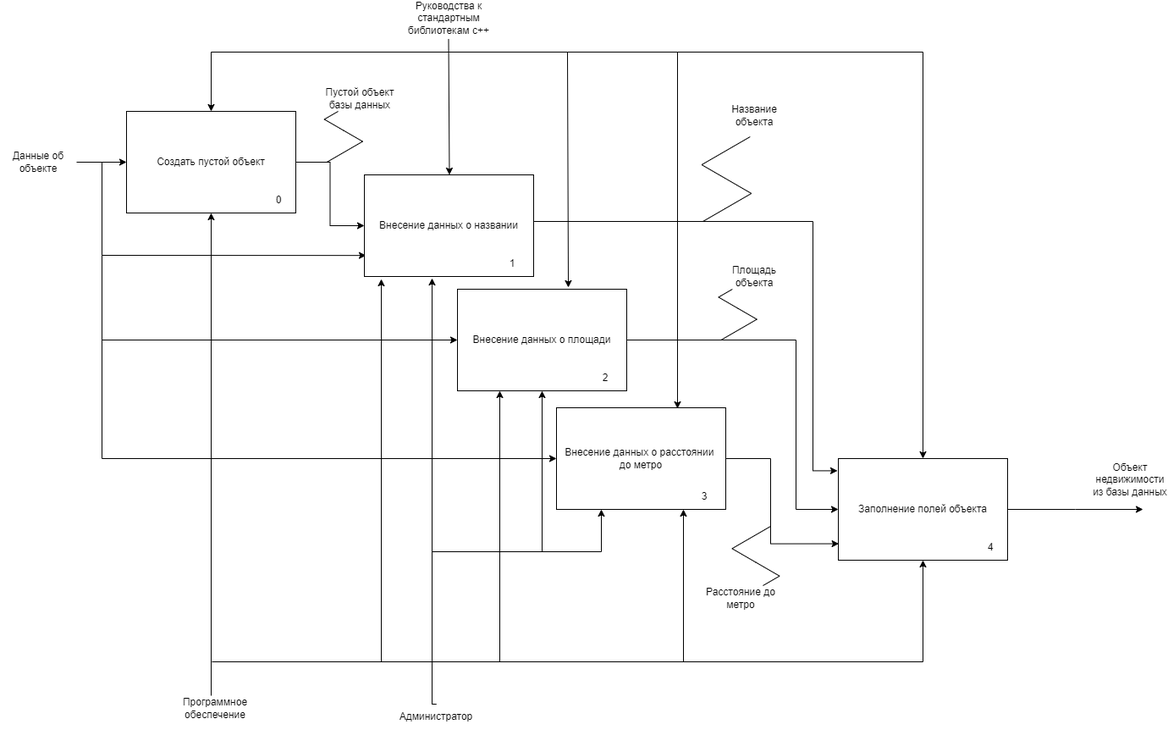
This is Бюрократия/Картинки-схемы/IDEF0BOOPID3.drawio.png from ThomasCharester/KursuckBOOPID, a draw.io export, as it was before one commit. Source tidied: cells renumbered, new cells last; positions are measured from the earlier drawing's top-left corner, leaving out a move shared by most shapes.
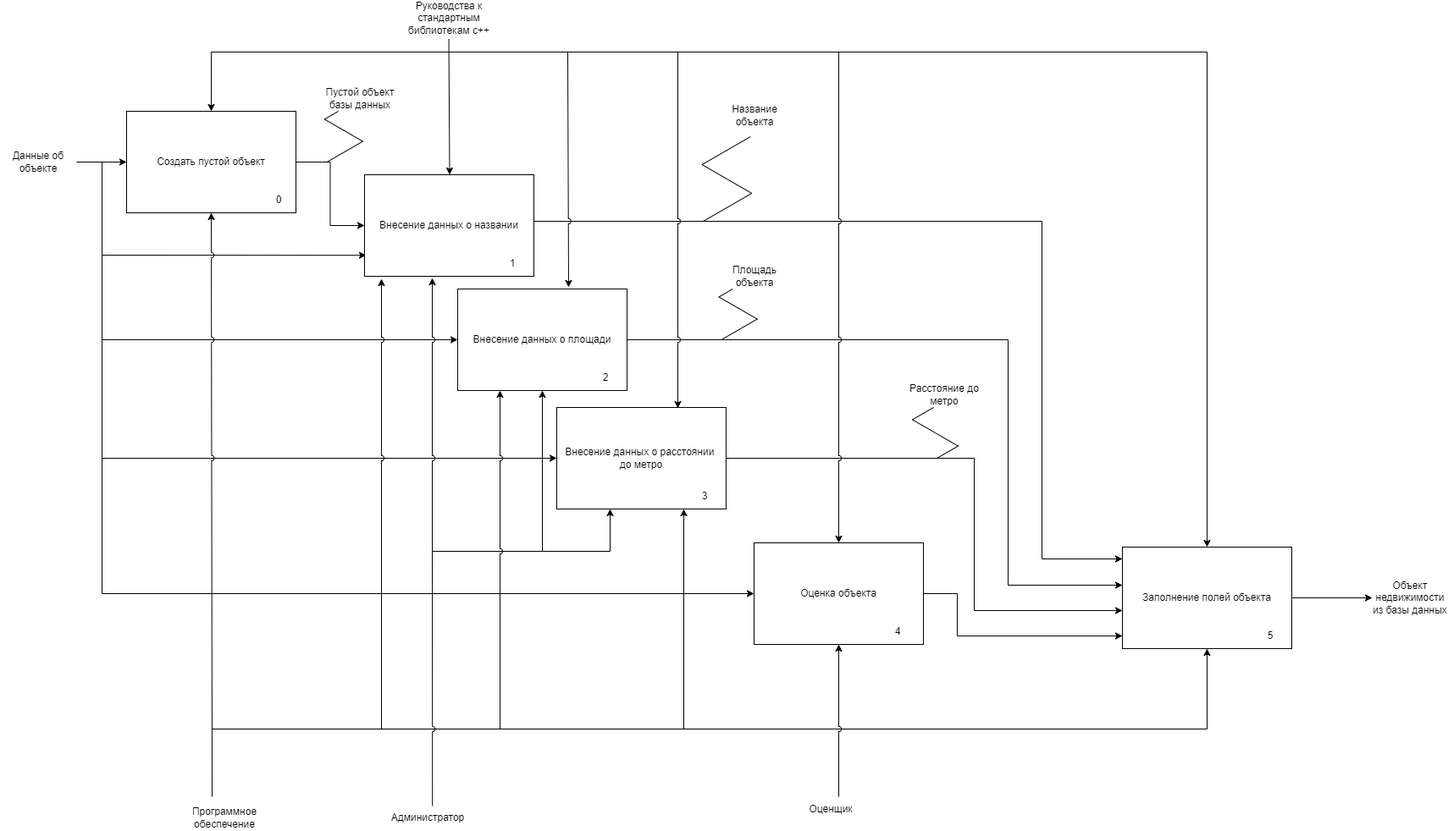
Above is the later version.

Change to the diagram source:
```diff
@@ -13,26 +13,27 @@
     <mxCell id="3" value="Данные об объекте" style="text;html=1;align=center;verticalAlign=middle;whiteSpace=wrap;rounded=0;" parent="1" vertex="1">
       <mxGeometry y="170" width="90" height="30" as="geometry" />
     </mxCell>
-    <mxCell id="4" style="edgeStyle=orthogonalEdgeStyle;rounded=0;jettySize=auto;html=1;exitX=0.5;exitY=0;exitDx=0;exitDy=0;" parent="1" edge="1" source="6" target="15">
+    <mxCell id="4" style="edgeStyle=orthogonalEdgeStyle;rounded=0;jettySize=auto;html=1;jumpStyle=arc;" parent="1" edge="1" target="15">
       <mxGeometry relative="1" as="geometry">
+        <mxPoint x="510" y="645" as="sourcePoint" />
         <Array as="points">
-          <mxPoint x="510" y="825" />
           <mxPoint x="510" y="645" />
           <mxPoint x="640" y="645" />
         </Array>
       </mxGeometry>
     </mxCell>
-    <mxCell id="5" style="edgeStyle=orthogonalEdgeStyle;rounded=0;jettySize=auto;html=1;exitX=0.5;exitY=0;exitDx=0;exitDy=0;" parent="1" edge="1" source="6" target="18">
+    <mxCell id="5" style="edgeStyle=orthogonalEdgeStyle;rounded=0;orthogonalLoop=1;jettySize=auto;html=1;jumpStyle=arc;" parent="1" edge="1">
       <mxGeometry relative="1" as="geometry">
+        <mxPoint x="520" y="645" as="sourcePoint" />
+        <mxPoint x="720" y="595" as="targetPoint" />
         <Array as="points">
-          <mxPoint x="510" y="825" />
-          <mxPoint x="510" y="645" />
-          <mxPoint x="710" y="645" />
+          <mxPoint x="520" y="645" />
+          <mxPoint x="720" y="645" />
         </Array>
       </mxGeometry>
     </mxCell>
     <mxCell id="6" value="Администратор" style="text;html=1;align=center;verticalAlign=middle;whiteSpace=wrap;rounded=0;" parent="1" vertex="1">
-      <mxGeometry x="470" y="825" width="90" height="30" as="geometry" />
+      <mxGeometry x="460" y="945" width="90" height="30" as="geometry" />
     </mxCell>
     <mxCell id="7" style="edgeStyle=orthogonalEdgeStyle;rounded=0;jettySize=auto;html=1;entryX=0;entryY=0.5;entryDx=0;entryDy=0;" parent="1" edge="1" source="8" target="12">
       <mxGeometry relative="1" as="geometry" />
@@ -44,14 +45,13 @@
       <mxGeometry x="299" y="215" width="60" height="30" as="geometry" />
     </mxCell>
     <mxCell id="10" value="Объект недвижимости из базы данных" style="text;html=1;align=center;verticalAlign=middle;whiteSpace=wrap;rounded=0;" parent="1" vertex="1">
-      <mxGeometry x="1290" y="545" width="90" height="30" as="geometry" />
+      <mxGeometry x="1620" y="685" width="90" height="30" as="geometry" />
     </mxCell>
-    <mxCell id="11" style="edgeStyle=orthogonalEdgeStyle;rounded=0;jettySize=auto;html=1;entryX=-0.005;entryY=0.12;entryDx=0;entryDy=0;entryPerimeter=0;" parent="1" edge="1" source="12" target="21">
+    <mxCell id="11" style="edgeStyle=orthogonalEdgeStyle;rounded=0;jettySize=auto;html=1;" parent="1" edge="1" source="12" target="21">
       <mxGeometry relative="1" as="geometry">
         <Array as="points">
-          <mxPoint x="960" y="255" />
-          <mxPoint x="960" y="549" />
-          <mxPoint x="989" y="549" />
+          <mxPoint x="1230" y="255" />
+          <mxPoint x="1230" y="654" />
         </Array>
       </mxGeometry>
     </mxCell>
@@ -61,11 +61,11 @@
     <mxCell id="13" value="1" style="text;html=1;align=center;verticalAlign=middle;whiteSpace=wrap;rounded=0;" parent="1" vertex="1">
       <mxGeometry x="575" y="290" width="60" height="30" as="geometry" />
     </mxCell>
-    <mxCell id="14" style="edgeStyle=orthogonalEdgeStyle;rounded=0;jettySize=auto;html=1;entryX=0;entryY=0.5;entryDx=0;entryDy=0;" parent="1" edge="1" source="15" target="21">
+    <mxCell id="14" style="edgeStyle=orthogonalEdgeStyle;rounded=0;jettySize=auto;html=1;" parent="1" edge="1" source="15" target="21">
       <mxGeometry relative="1" as="geometry">
         <Array as="points">
-          <mxPoint x="940" y="395" />
-          <mxPoint x="940" y="595" />
+          <mxPoint x="1190" y="395" />
+          <mxPoint x="1190" y="685" />
         </Array>
       </mxGeometry>
     </mxCell>
@@ -75,12 +75,11 @@
     <mxCell id="16" value="2" style="text;html=1;align=center;verticalAlign=middle;whiteSpace=wrap;rounded=0;" parent="1" vertex="1">
       <mxGeometry x="685" y="425" width="60" height="30" as="geometry" />
     </mxCell>
-    <mxCell id="17" style="edgeStyle=orthogonalEdgeStyle;rounded=0;jettySize=auto;html=1;entryX=0.003;entryY=0.838;entryDx=0;entryDy=0;entryPerimeter=0;" parent="1" edge="1" source="18" target="21">
+    <mxCell id="17" style="edgeStyle=orthogonalEdgeStyle;rounded=0;jettySize=auto;html=1;" parent="1" edge="1" source="18" target="21">
       <mxGeometry relative="1" as="geometry">
         <Array as="points">
-          <mxPoint x="910" y="535" />
-          <mxPoint x="910" y="635" />
-          <mxPoint x="991" y="635" />
+          <mxPoint x="1150" y="535" />
+          <mxPoint x="1150" y="715" />
         </Array>
       </mxGeometry>
     </mxCell>
@@ -90,16 +89,14 @@
     <mxCell id="19" value="3" style="text;html=1;align=center;verticalAlign=middle;whiteSpace=wrap;rounded=0;" parent="1" vertex="1">
       <mxGeometry x="802" y="565" width="60" height="30" as="geometry" />
     </mxCell>
-    <mxCell id="20" style="edgeStyle=orthogonalEdgeStyle;rounded=0;jettySize=auto;html=1;" parent="1" edge="1" source="21">
-      <mxGeometry relative="1" as="geometry">
-        <mxPoint x="1350" y="595" as="targetPoint" />
-      </mxGeometry>
+    <mxCell id="20" style="edgeStyle=orthogonalEdgeStyle;rounded=0;jettySize=auto;html=1;" parent="1" edge="1" source="21" target="10">
+      <mxGeometry relative="1" as="geometry" />
     </mxCell>
     <mxCell id="21" value="Заполнение полей объекта" style="rounded=0;whiteSpace=wrap;html=1;" parent="1" vertex="1">
-      <mxGeometry x="990" y="535" width="200" height="120" as="geometry" />
+      <mxGeometry x="1325" y="640" width="200" height="120" as="geometry" />
     </mxCell>
-    <mxCell id="22" value="4" style="text;html=1;align=center;verticalAlign=middle;whiteSpace=wrap;rounded=0;" parent="1" vertex="1">
-      <mxGeometry x="1140" y="625" width="60" height="30" as="geometry" />
+    <mxCell id="22" value="5" style="text;html=1;align=center;verticalAlign=middle;whiteSpace=wrap;rounded=0;" parent="1" vertex="1">
+      <mxGeometry x="1470" y="730" width="60" height="30" as="geometry" />
     </mxCell>
     <mxCell id="23" style="edgeStyle=isometricEdgeStyle;endArrow=none;html=1;rounded=0;" parent="1" edge="1">
       <mxGeometry relative="1" as="geometry">
@@ -118,13 +115,14 @@
     <mxCell id="26" value="Площадь объекта" style="text;html=1;align=center;verticalAlign=middle;whiteSpace=wrap;rounded=0;" parent="1" vertex="1">
       <mxGeometry x="845.8" y="305" width="90" height="30" as="geometry" />
     </mxCell>
-    <mxCell id="27" style="edgeStyle=isometricEdgeStyle;endArrow=none;html=1;rounded=0;" parent="1" edge="1" target="28">
+    <mxCell id="27" style="edgeStyle=isometricEdgeStyle;endArrow=none;html=1;rounded=0;" parent="1" edge="1">
       <mxGeometry relative="1" as="geometry">
-        <mxPoint x="910" y="615" as="sourcePoint" />
+        <mxPoint x="1106" y="535" as="sourcePoint" />
+        <mxPoint x="1102" y="475" as="targetPoint" />
       </mxGeometry>
     </mxCell>
     <mxCell id="28" value="Расстояние до метро" style="text;html=1;align=center;verticalAlign=middle;whiteSpace=wrap;rounded=0;" parent="1" vertex="1">
-      <mxGeometry x="830" y="685" width="90" height="30" as="geometry" />
+      <mxGeometry x="1070" y="445" width="90" height="30" as="geometry" />
     </mxCell>
     <mxCell id="29" style="edgeStyle=isometricEdgeStyle;endArrow=none;html=1;rounded=0;" parent="1" edge="1" target="30">
       <mxGeometry relative="1" as="geometry">
@@ -150,7 +148,7 @@
         </Array>
       </mxGeometry>
     </mxCell>
-    <mxCell id="33" style="endArrow=classic;html=1;rounded=0;entryX=0.205;entryY=0;entryDx=0;entryDy=0;entryPerimeter=0;" parent="1" edge="1">
+    <mxCell id="33" style="endArrow=classic;html=1;rounded=0;entryX=0.205;entryY=0;entryDx=0;entryDy=0;entryPerimeter=0;jumpStyle=arc;" parent="1" edge="1">
       <mxGeometry relative="1" as="geometry">
         <mxPoint x="529.5" y="40" as="sourcePoint" />
         <mxPoint x="530.5" y="200" as="targetPoint" />
@@ -159,7 +157,7 @@
     <mxCell id="34" value="Руководства к стандартным библиотекам c++" style="text;html=1;align=center;verticalAlign=middle;whiteSpace=wrap;rounded=0;" parent="1" vertex="1">
       <mxGeometry x="460" width="140" height="30" as="geometry" />
     </mxCell>
-    <mxCell id="35" style="endArrow=classic;html=1;rounded=0;entryX=0.5;entryY=0;entryDx=0;entryDy=0;" parent="1" edge="1" target="8">
+    <mxCell id="35" style="endArrow=classic;html=1;rounded=0;entryX=0.5;entryY=0;entryDx=0;entryDy=0;jumpStyle=arc;" parent="1" edge="1" target="8">
       <mxGeometry relative="1" as="geometry">
         <mxPoint x="530" y="55" as="sourcePoint" />
         <Array as="points">
@@ -167,7 +165,7 @@
         </Array>
       </mxGeometry>
     </mxCell>
-    <mxCell id="36" style="endArrow=classic;html=1;rounded=0;entryX=0.655;entryY=-0.017;entryDx=0;entryDy=0;entryPerimeter=0;" parent="1" edge="1" target="15">
+    <mxCell id="36" style="endArrow=classic;html=1;rounded=0;entryX=0.655;entryY=-0.017;entryDx=0;entryDy=0;entryPerimeter=0;jumpStyle=arc;" parent="1" edge="1" target="15">
       <mxGeometry relative="1" as="geometry">
         <mxPoint x="530" y="55" as="sourcePoint" />
         <Array as="points">
@@ -175,7 +173,7 @@
         </Array>
       </mxGeometry>
     </mxCell>
-    <mxCell id="37" style="endArrow=classic;html=1;rounded=0;entryX=0.715;entryY=0.008;entryDx=0;entryDy=0;entryPerimeter=0;" parent="1" edge="1" target="18">
+    <mxCell id="37" style="endArrow=classic;html=1;rounded=0;entryX=0.715;entryY=0.008;entryDx=0;entryDy=0;entryPerimeter=0;jumpStyle=arc;" parent="1" edge="1" target="18">
       <mxGeometry relative="1" as="geometry">
         <mxPoint x="670" y="55" as="sourcePoint" />
         <Array as="points">
@@ -183,48 +181,48 @@
         </Array>
       </mxGeometry>
     </mxCell>
-    <mxCell id="38" style="endArrow=classic;html=1;rounded=0;entryX=0.5;entryY=0;entryDx=0;entryDy=0;" parent="1" edge="1" target="21">
+    <mxCell id="38" style="endArrow=classic;html=1;rounded=0;entryX=0.5;entryY=0;entryDx=0;entryDy=0;jumpStyle=arc;" parent="1" edge="1" target="21">
       <mxGeometry relative="1" as="geometry">
         <mxPoint x="800" y="55" as="sourcePoint" />
         <Array as="points">
-          <mxPoint x="1090" y="55" />
+          <mxPoint x="1425" y="55" />
         </Array>
       </mxGeometry>
     </mxCell>
-    <mxCell id="39" style="endArrow=classic;html=1;rounded=0;entryX=0.5;entryY=1;entryDx=0;entryDy=0;" parent="1" edge="1" target="8">
+    <mxCell id="39" style="endArrow=classic;html=1;rounded=0;entryX=0.5;entryY=1;entryDx=0;entryDy=0;jumpStyle=arc;" parent="1" edge="1" target="8">
       <mxGeometry relative="1" as="geometry">
-        <mxPoint x="249" y="815" as="sourcePoint" />
+        <mxPoint x="250" y="935" as="sourcePoint" />
       </mxGeometry>
     </mxCell>
     <mxCell id="40" value="Программное обеспечение" style="text;html=1;align=center;verticalAlign=middle;whiteSpace=wrap;rounded=0;" parent="1" vertex="1">
-      <mxGeometry x="209" y="815" width="90" height="30" as="geometry" />
+      <mxGeometry x="220" y="945" width="90" height="30" as="geometry" />
     </mxCell>
-    <mxCell id="41" style="endArrow=classic;html=1;rounded=0;entryX=0.5;entryY=1;entryDx=0;entryDy=0;" parent="1" edge="1" target="21">
+    <mxCell id="41" style="endArrow=classic;html=1;rounded=0;entryX=0.5;entryY=1;entryDx=0;entryDy=0;jumpStyle=none;" parent="1" edge="1" target="21">
       <mxGeometry relative="1" as="geometry">
-        <mxPoint x="250" y="775" as="sourcePoint" />
+        <mxPoint x="250" y="855" as="sourcePoint" />
         <Array as="points">
-          <mxPoint x="1090" y="775" />
+          <mxPoint x="1425" y="855" />
         </Array>
       </mxGeometry>
     </mxCell>
-    <mxCell id="42" style="endArrow=classic;html=1;rounded=0;entryX=0.1;entryY=1.025;entryDx=0;entryDy=0;entryPerimeter=0;" parent="1" edge="1" target="12">
+    <mxCell id="42" style="endArrow=classic;html=1;rounded=0;entryX=0.1;entryY=1.025;entryDx=0;entryDy=0;entryPerimeter=0;jumpStyle=arc;" parent="1" edge="1" target="12">
       <mxGeometry relative="1" as="geometry">
-        <mxPoint x="450" y="775" as="sourcePoint" />
+        <mxPoint x="450" y="855" as="sourcePoint" />
       </mxGeometry>
     </mxCell>
-    <mxCell id="43" style="endArrow=classic;html=1;rounded=0;entryX=0.4;entryY=1.017;entryDx=0;entryDy=0;entryPerimeter=0;" parent="1" edge="1" target="12">
+    <mxCell id="43" style="endArrow=classic;html=1;rounded=0;entryX=0.4;entryY=1.017;entryDx=0;entryDy=0;entryPerimeter=0;jumpStyle=arc;" parent="1" edge="1" target="12">
       <mxGeometry relative="1" as="geometry">
         <mxPoint x="510" y="645" as="sourcePoint" />
       </mxGeometry>
     </mxCell>
-    <mxCell id="44" style="endArrow=classic;html=1;rounded=0;entryX=0.25;entryY=1;entryDx=0;entryDy=0;" parent="1" edge="1" target="15">
+    <mxCell id="44" style="endArrow=classic;html=1;rounded=0;entryX=0.25;entryY=1;entryDx=0;entryDy=0;jumpStyle=arc;" parent="1" edge="1" target="15">
       <mxGeometry relative="1" as="geometry">
-        <mxPoint x="590" y="775" as="sourcePoint" />
+        <mxPoint x="590" y="855" as="sourcePoint" />
       </mxGeometry>
     </mxCell>
-    <mxCell id="45" style="endArrow=classic;html=1;rounded=0;entryX=0.75;entryY=1;entryDx=0;entryDy=0;" parent="1" edge="1" target="18">
+    <mxCell id="45" style="endArrow=classic;html=1;rounded=0;entryX=0.75;entryY=1;entryDx=0;entryDy=0;jumpStyle=arc;" parent="1" edge="1" target="18">
       <mxGeometry relative="1" as="geometry">
-        <mxPoint x="807" y="775" as="sourcePoint" />
+        <mxPoint x="807" y="855" as="sourcePoint" />
       </mxGeometry>
     </mxCell>
     <mxCell id="46" style="endArrow=classic;html=1;rounded=0;entryX=0;entryY=0.5;entryDx=0;entryDy=0;exitX=1;exitY=0.5;exitDx=0;exitDy=0;" parent="1" edge="1" source="3" target="8">
@@ -234,5 +232,45 @@
         </Array>
       </mxGeometry>
     </mxCell>
+    <mxCell id="47" style="endArrow=none;html=1;rounded=0;exitX=0.558;exitY=0.031;exitDx=0;exitDy=0;exitPerimeter=0;jumpStyle=arc;" parent="1" edge="1" source="6">
+      <mxGeometry relative="1" as="geometry">
+        <mxPoint x="510" y="645" as="targetPoint" />
+      </mxGeometry>
+    </mxCell>
+    <mxCell id="48" style="edgeStyle=orthogonalEdgeStyle;rounded=0;jettySize=auto;html=1;" parent="1" edge="1" source="49" target="21">
+      <mxGeometry relative="1" as="geometry">
+        <Array as="points">
+          <mxPoint x="1130" y="695" />
+          <mxPoint x="1130" y="745" />
+        </Array>
+      </mxGeometry>
+    </mxCell>
+    <mxCell id="49" value="Оценка объекта" style="rounded=0;whiteSpace=wrap;html=1;" parent="1" vertex="1">
+      <mxGeometry x="890" y="635" width="200" height="120" as="geometry" />
+    </mxCell>
+    <mxCell id="50" value="4" style="text;html=1;align=center;verticalAlign=middle;whiteSpace=wrap;rounded=0;" parent="1" vertex="1">
+      <mxGeometry x="1030" y="725" width="60" height="30" as="geometry" />
+    </mxCell>
+    <mxCell id="51" style="endArrow=classic;html=1;rounded=0;" parent="1" edge="1" target="49">
+      <mxGeometry relative="1" as="geometry">
+        <mxPoint x="120" y="535" as="sourcePoint" />
+        <Array as="points">
+          <mxPoint x="120" y="695" />
+        </Array>
+      </mxGeometry>
+    </mxCell>
+    <mxCell id="52" style="endArrow=classic;html=1;rounded=0;jumpStyle=arc;" parent="1" edge="1" target="49">
+      <mxGeometry relative="1" as="geometry">
+        <mxPoint x="990" y="55" as="sourcePoint" />
+      </mxGeometry>
+    </mxCell>
+    <mxCell id="53" style="endArrow=classic;html=1;rounded=0;jumpStyle=arc;" parent="1" edge="1" target="49">
+      <mxGeometry relative="1" as="geometry">
+        <mxPoint x="990" y="935" as="sourcePoint" />
+      </mxGeometry>
+    </mxCell>
+    <mxCell id="54" value="Оценщик" style="text;html=1;align=center;verticalAlign=middle;whiteSpace=wrap;rounded=0;" parent="1" vertex="1">
+      <mxGeometry x="935.8" y="935" width="90" height="30" as="geometry" />
+    </mxCell>
   </root>
 </mxGraphModel>
```
